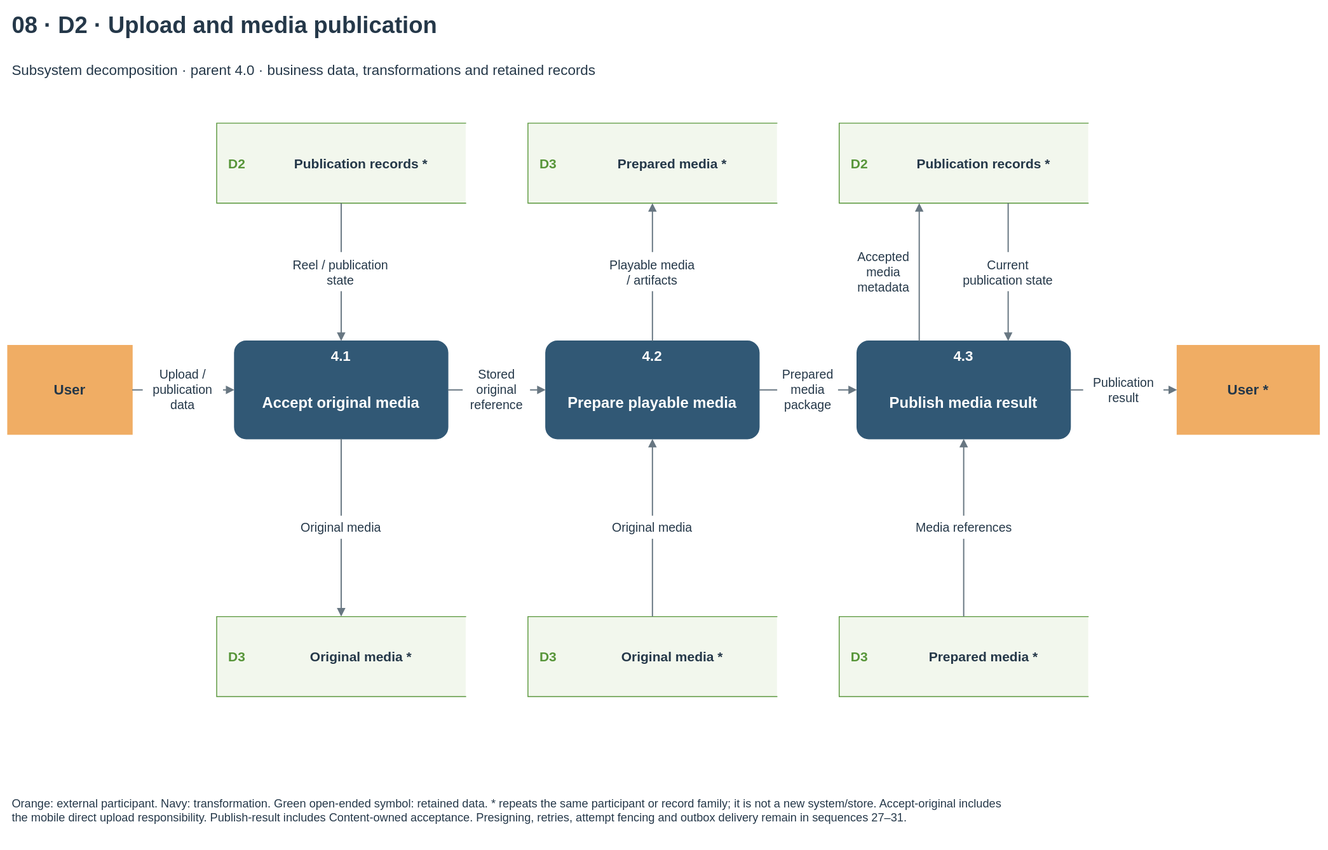
Above: docs/diagrams/velora-current/importable-svg/08-dfd-media.drawio.svg in HieuCuteDangYeu/velora-backend (draw.io), before the change. Source tidied: cells renumbered, new cells last; positions are measured from the earlier drawing's top-left corner, leaving out a move shared by most shapes.
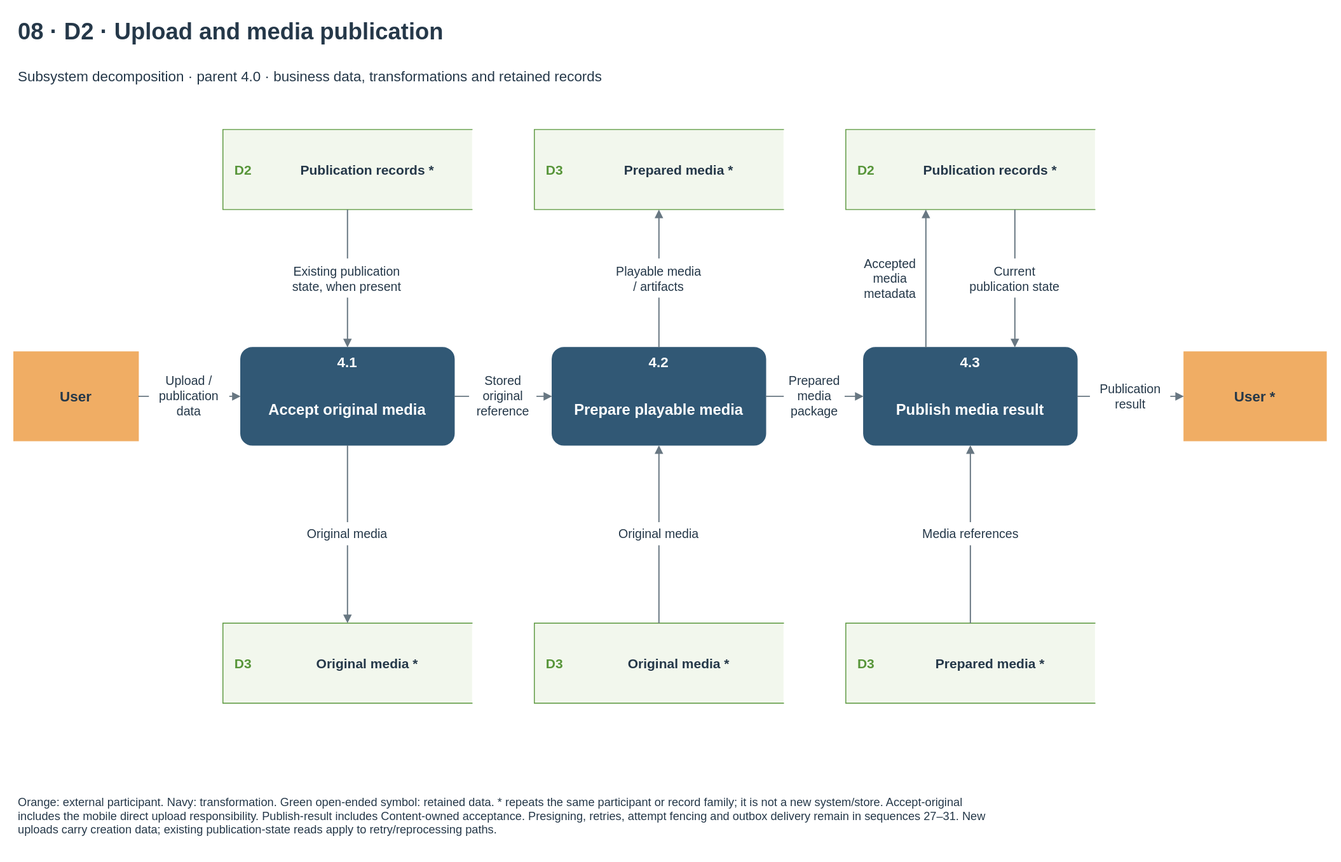
After the change.

Diff of the diagram source:
```diff
@@ -161,7 +161,7 @@
     <mxCell id="54" style="fillColor=#ffffff;strokeColor=none;" parent="1" vertex="1">
       <mxGeometry x="304.3" y="275.5" width="141.4" height="44" as="geometry" />
     </mxCell>
-    <mxCell id="55" value="Reel / publication&lt;br&gt;state" style="text;html=1;whiteSpace=wrap;fontFamily=Arial;fontSize=14;fontColor=#253849;fontStyle=0;align=center;verticalAlign=middle;spacing=0;" parent="1" vertex="1">
+    <mxCell id="55" value="Existing publication&lt;br&gt;state, when present" style="text;html=1;whiteSpace=wrap;fontFamily=Arial;fontSize=14;fontColor=#253849;fontStyle=0;align=center;verticalAlign=middle;spacing=0;" parent="1" vertex="1">
       <mxGeometry x="304.3" y="275.5" width="141.4" height="44" as="geometry" />
     </mxCell>
     <mxCell id="56" style="fillColor=#ffffff;strokeColor=none;" parent="1" vertex="1">
@@ -200,8 +200,8 @@
     <mxCell id="67" value="Media references" style="text;html=1;whiteSpace=wrap;fontFamily=Arial;fontSize=14;fontColor=#253849;fontStyle=0;align=center;verticalAlign=middle;spacing=0;" parent="1" vertex="1">
       <mxGeometry x="1011.6" y="572" width="126.8" height="26" as="geometry" />
     </mxCell>
-    <mxCell id="68" value="Orange: external participant. Navy: transformation. Green open-ended symbol: retained data. * repeats the same participant or record family; it is not a new system/store. Accept-original includes&lt;br&gt;the mobile direct upload responsibility. Publish-result includes Content-owned acceptance. Presigning, retries, attempt fencing and outbox delivery remain in sequences 27–31." style="text;html=1;whiteSpace=wrap;fontFamily=Arial;fontSize=13;fontColor=#253849;fontStyle=0;align=left;verticalAlign=middle;spacing=0;" parent="1" vertex="1">
-      <mxGeometry x="5" y="865" width="1460" height="75" as="geometry" />
+    <mxCell id="68" value="Orange: external participant. Navy: transformation. Green open-ended symbol: retained data. * repeats the same participant or record family; it is not a new system/store. Accept-original&lt;br&gt;includes the mobile direct upload responsibility. Publish-result includes Content-owned acceptance. Presigning, retries, attempt fencing and outbox delivery remain in sequences 27–31. New&lt;br&gt;uploads carry creation data; existing publication-state reads apply to retry/reprocessing paths." style="text;html=1;whiteSpace=wrap;fontFamily=Arial;fontSize=13;fontColor=#253849;fontStyle=0;align=left;verticalAlign=middle;spacing=0;" parent="1" vertex="1">
+      <mxGeometry x="5" y="865" width="1460" height="74" as="geometry" />
     </mxCell>
   </root>
 </mxGraphModel>
```
